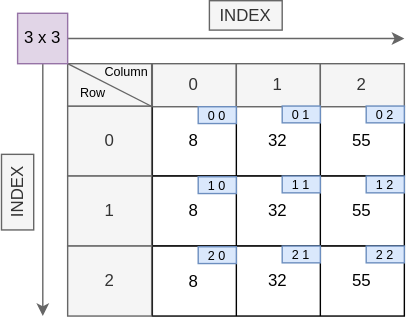
Earlier version of the draw.io export images/arrays/array2D.svg (DeekshaPhaneendraReddyUmmadi/Data-Structures-And-Algorithms). Source tidied: cells renumbered, new cells last; positions are measured from the earlier drawing's top-left corner, leaving out a move shared by most shapes.
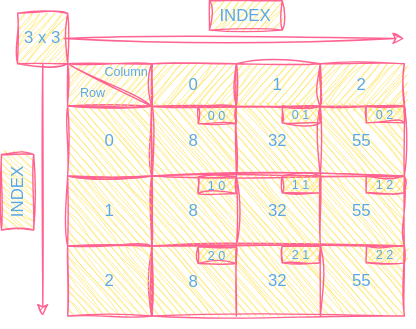
Above is the later version.

Diff of the diagram source:
```diff
@@ -2,172 +2,172 @@
   <root>
     <mxCell id="0" />
     <mxCell id="1" parent="0" />
-    <mxCell id="2" value="INDEX" style="text;html=1;align=center;verticalAlign=middle;whiteSpace=wrap;rounded=0;fillColor=#f5f5f5;fontColor=#333333;strokeColor=#666666;" parent="1" vertex="1">
+    <mxCell id="2" value="INDEX" style="text;html=1;align=center;verticalAlign=middle;whiteSpace=wrap;rounded=0;fillColor=#FFE45E;fontColor=#5AA9E6;strokeColor=#FF6392;sketch=1;curveFitting=1;jiggle=2;shadow=0;labelBackgroundColor=none;" parent="1" vertex="1">
       <mxGeometry x="164" width="52" height="21" as="geometry" />
     </mxCell>
-    <mxCell id="3" style="rounded=0;whiteSpace=wrap;html=1;flipV=1;" parent="1" vertex="1">
+    <mxCell id="3" style="rounded=0;whiteSpace=wrap;html=1;flipV=1;sketch=1;curveFitting=1;jiggle=2;shadow=0;labelBackgroundColor=none;fillColor=#FFE45E;strokeColor=#FF6392;fontColor=#5AA9E6;" parent="1" vertex="1">
       <mxGeometry x="123.2" y="75.2" width="180" height="50" as="geometry" />
     </mxCell>
-    <mxCell id="4" style="endArrow=none;html=1;rounded=0;" parent="1" edge="1">
+    <mxCell id="4" style="endArrow=none;html=1;rounded=0;sketch=1;curveFitting=1;jiggle=2;shadow=0;labelBackgroundColor=none;strokeColor=#FF6392;fontColor=default;" parent="1" edge="1">
       <mxGeometry relative="1" as="geometry">
         <mxPoint x="183.2" y="75.2" as="sourcePoint" />
         <mxPoint x="183.2" y="125.2" as="targetPoint" />
       </mxGeometry>
     </mxCell>
-    <mxCell id="5" style="endArrow=none;html=1;rounded=0;" parent="1" edge="1">
+    <mxCell id="5" style="endArrow=none;html=1;rounded=0;sketch=1;curveFitting=1;jiggle=2;shadow=0;labelBackgroundColor=none;strokeColor=#FF6392;fontColor=default;" parent="1" edge="1">
       <mxGeometry relative="1" as="geometry">
         <mxPoint x="243.2" y="75.2" as="sourcePoint" />
         <mxPoint x="243.2" y="125.2" as="targetPoint" />
       </mxGeometry>
     </mxCell>
-    <mxCell id="6" value="8" style="text;html=1;align=center;verticalAlign=middle;whiteSpace=wrap;rounded=0;flipV=1;" parent="1" vertex="1">
+    <mxCell id="6" value="8" style="text;html=1;align=center;verticalAlign=middle;whiteSpace=wrap;rounded=0;flipV=1;sketch=1;curveFitting=1;jiggle=2;shadow=0;labelBackgroundColor=none;fontColor=#5AA9E6;" parent="1" vertex="1">
       <mxGeometry x="123.2" y="75.2" width="60" height="50" as="geometry" />
     </mxCell>
-    <mxCell id="7" value="32" style="text;html=1;align=center;verticalAlign=middle;whiteSpace=wrap;rounded=0;flipV=1;" parent="1" vertex="1">
+    <mxCell id="7" value="32" style="text;html=1;align=center;verticalAlign=middle;whiteSpace=wrap;rounded=0;flipV=1;sketch=1;curveFitting=1;jiggle=2;shadow=0;labelBackgroundColor=none;fontColor=#5AA9E6;" parent="1" vertex="1">
       <mxGeometry x="183.2" y="75.2" width="60" height="50" as="geometry" />
     </mxCell>
-    <mxCell id="8" value="55" style="text;html=1;align=center;verticalAlign=middle;whiteSpace=wrap;rounded=0;flipV=1;" parent="1" vertex="1">
+    <mxCell id="8" value="55" style="text;html=1;align=center;verticalAlign=middle;whiteSpace=wrap;rounded=0;flipV=1;sketch=1;curveFitting=1;jiggle=2;shadow=0;labelBackgroundColor=none;fontColor=#5AA9E6;" parent="1" vertex="1">
       <mxGeometry x="243.2" y="75.2" width="60" height="50" as="geometry" />
     </mxCell>
-    <mxCell id="9" value="0" style="text;html=1;align=center;verticalAlign=middle;whiteSpace=wrap;rounded=0;fillColor=#f5f5f5;strokeColor=#666666;fontColor=#333333;" parent="1" vertex="1">
+    <mxCell id="9" value="0" style="text;html=1;align=center;verticalAlign=middle;whiteSpace=wrap;rounded=0;fillColor=#FFE45E;strokeColor=#FF6392;fontColor=#5AA9E6;sketch=1;curveFitting=1;jiggle=2;shadow=0;labelBackgroundColor=none;" parent="1" vertex="1">
       <mxGeometry x="123.2" y="45" width="60" height="30.8" as="geometry" />
     </mxCell>
-    <mxCell id="10" value="1" style="text;html=1;align=center;verticalAlign=middle;whiteSpace=wrap;rounded=0;fillColor=#f5f5f5;strokeColor=#666666;fontColor=#333333;" parent="1" vertex="1">
+    <mxCell id="10" value="1" style="text;html=1;align=center;verticalAlign=middle;whiteSpace=wrap;rounded=0;fillColor=#FFE45E;strokeColor=#FF6392;fontColor=#5AA9E6;sketch=1;curveFitting=1;jiggle=2;shadow=0;labelBackgroundColor=none;" parent="1" vertex="1">
       <mxGeometry x="183.2" y="45" width="60" height="30.8" as="geometry" />
     </mxCell>
-    <mxCell id="11" value="2" style="text;html=1;align=center;verticalAlign=middle;whiteSpace=wrap;rounded=0;fillColor=#f5f5f5;strokeColor=#666666;fontColor=#333333;" parent="1" vertex="1">
+    <mxCell id="11" value="2" style="text;html=1;align=center;verticalAlign=middle;whiteSpace=wrap;rounded=0;fillColor=#FFE45E;strokeColor=#FF6392;fontColor=#5AA9E6;sketch=1;curveFitting=1;jiggle=2;shadow=0;labelBackgroundColor=none;" parent="1" vertex="1">
       <mxGeometry x="243.2" y="45" width="60" height="30.8" as="geometry" />
     </mxCell>
-    <mxCell id="12" style="rounded=0;whiteSpace=wrap;html=1;flipV=1;" parent="1" vertex="1">
+    <mxCell id="12" style="rounded=0;whiteSpace=wrap;html=1;flipV=1;sketch=1;curveFitting=1;jiggle=2;shadow=0;labelBackgroundColor=none;fillColor=#FFE45E;strokeColor=#FF6392;fontColor=#5AA9E6;" parent="1" vertex="1">
       <mxGeometry x="123.2" y="125.2" width="180" height="50" as="geometry" />
     </mxCell>
-    <mxCell id="13" style="endArrow=none;html=1;rounded=0;" parent="1" edge="1">
+    <mxCell id="13" style="endArrow=none;html=1;rounded=0;sketch=1;curveFitting=1;jiggle=2;shadow=0;labelBackgroundColor=none;strokeColor=#FF6392;fontColor=default;" parent="1" edge="1">
       <mxGeometry relative="1" as="geometry">
         <mxPoint x="183.2" y="125.2" as="sourcePoint" />
         <mxPoint x="183.2" y="175.2" as="targetPoint" />
       </mxGeometry>
     </mxCell>
-    <mxCell id="14" style="endArrow=none;html=1;rounded=0;" parent="1" edge="1">
+    <mxCell id="14" style="endArrow=none;html=1;rounded=0;sketch=1;curveFitting=1;jiggle=2;shadow=0;labelBackgroundColor=none;strokeColor=#FF6392;fontColor=default;" parent="1" edge="1">
       <mxGeometry relative="1" as="geometry">
         <mxPoint x="243.2" y="125.2" as="sourcePoint" />
         <mxPoint x="243.2" y="175.2" as="targetPoint" />
       </mxGeometry>
     </mxCell>
-    <mxCell id="15" value="8" style="text;html=1;align=center;verticalAlign=middle;whiteSpace=wrap;rounded=0;flipV=1;" parent="1" vertex="1">
+    <mxCell id="15" value="8" style="text;html=1;align=center;verticalAlign=middle;whiteSpace=wrap;rounded=0;flipV=1;sketch=1;curveFitting=1;jiggle=2;shadow=0;labelBackgroundColor=none;fontColor=#5AA9E6;" parent="1" vertex="1">
       <mxGeometry x="123.2" y="125.2" width="60" height="50" as="geometry" />
     </mxCell>
-    <mxCell id="16" value="32" style="text;html=1;align=center;verticalAlign=middle;whiteSpace=wrap;rounded=0;flipV=1;" parent="1" vertex="1">
+    <mxCell id="16" value="32" style="text;html=1;align=center;verticalAlign=middle;whiteSpace=wrap;rounded=0;flipV=1;sketch=1;curveFitting=1;jiggle=2;shadow=0;labelBackgroundColor=none;fontColor=#5AA9E6;" parent="1" vertex="1">
       <mxGeometry x="183.2" y="125.2" width="60" height="50" as="geometry" />
     </mxCell>
-    <mxCell id="17" value="55" style="text;html=1;align=center;verticalAlign=middle;whiteSpace=wrap;rounded=0;flipV=1;" parent="1" vertex="1">
+    <mxCell id="17" value="55" style="text;html=1;align=center;verticalAlign=middle;whiteSpace=wrap;rounded=0;flipV=1;sketch=1;curveFitting=1;jiggle=2;shadow=0;labelBackgroundColor=none;fontColor=#5AA9E6;" parent="1" vertex="1">
       <mxGeometry x="243.2" y="125.2" width="60" height="50" as="geometry" />
     </mxCell>
-    <mxCell id="18" style="rounded=0;whiteSpace=wrap;html=1;flipV=1;" parent="1" vertex="1">
+    <mxCell id="18" style="rounded=0;whiteSpace=wrap;html=1;flipV=1;sketch=1;curveFitting=1;jiggle=2;shadow=0;labelBackgroundColor=none;fillColor=#FFE45E;strokeColor=#FF6392;fontColor=#5AA9E6;" parent="1" vertex="1">
       <mxGeometry x="123.2" y="175.2" width="180" height="50" as="geometry" />
     </mxCell>
-    <mxCell id="19" style="endArrow=none;html=1;rounded=0;" parent="1" edge="1">
+    <mxCell id="19" style="endArrow=none;html=1;rounded=0;sketch=1;curveFitting=1;jiggle=2;shadow=0;labelBackgroundColor=none;strokeColor=#FF6392;fontColor=default;" parent="1" edge="1">
       <mxGeometry relative="1" as="geometry">
         <mxPoint x="183.2" y="175.2" as="sourcePoint" />
         <mxPoint x="183.2" y="225.2" as="targetPoint" />
       </mxGeometry>
     </mxCell>
-    <mxCell id="20" style="endArrow=none;html=1;rounded=0;" parent="1" edge="1">
+    <mxCell id="20" style="endArrow=none;html=1;rounded=0;sketch=1;curveFitting=1;jiggle=2;shadow=0;labelBackgroundColor=none;strokeColor=#FF6392;fontColor=default;" parent="1" edge="1">
       <mxGeometry relative="1" as="geometry">
         <mxPoint x="243.2" y="175.2" as="sourcePoint" />
         <mxPoint x="243.2" y="225.2" as="targetPoint" />
       </mxGeometry>
     </mxCell>
-    <mxCell id="21" value="8" style="text;html=1;align=center;verticalAlign=middle;whiteSpace=wrap;rounded=0;flipV=1;" parent="1" vertex="1">
+    <mxCell id="21" value="8" style="text;html=1;align=center;verticalAlign=middle;whiteSpace=wrap;rounded=0;flipV=1;sketch=1;curveFitting=1;jiggle=2;shadow=0;labelBackgroundColor=none;fontColor=#5AA9E6;" parent="1" vertex="1">
       <mxGeometry x="123.2" y="177.2" width="60" height="48" as="geometry" />
     </mxCell>
-    <mxCell id="22" value="32" style="text;html=1;align=center;verticalAlign=middle;whiteSpace=wrap;rounded=0;flipV=1;" parent="1" vertex="1">
+    <mxCell id="22" value="32" style="text;html=1;align=center;verticalAlign=middle;whiteSpace=wrap;rounded=0;flipV=1;sketch=1;curveFitting=1;jiggle=2;shadow=0;labelBackgroundColor=none;fontColor=#5AA9E6;" parent="1" vertex="1">
       <mxGeometry x="183.2" y="175.2" width="60" height="50" as="geometry" />
     </mxCell>
-    <mxCell id="23" value="55" style="text;html=1;align=center;verticalAlign=middle;whiteSpace=wrap;rounded=0;flipV=1;" parent="1" vertex="1">
+    <mxCell id="23" value="55" style="text;html=1;align=center;verticalAlign=middle;whiteSpace=wrap;rounded=0;flipV=1;sketch=1;curveFitting=1;jiggle=2;shadow=0;labelBackgroundColor=none;fontColor=#5AA9E6;" parent="1" vertex="1">
       <mxGeometry x="243.2" y="175.2" width="60" height="50" as="geometry" />
     </mxCell>
-    <mxCell id="24" style="endArrow=classic;html=1;rounded=0;fillColor=#f5f5f5;strokeColor=#666666;" parent="1" edge="1">
+    <mxCell id="24" style="endArrow=classic;html=1;rounded=0;fillColor=#FFE45E;strokeColor=#FF6392;sketch=1;curveFitting=1;jiggle=2;shadow=0;labelBackgroundColor=none;fontColor=default;" parent="1" edge="1">
       <mxGeometry relative="1" as="geometry">
         <mxPoint x="60" y="27" as="sourcePoint" />
         <mxPoint x="303.2" y="27" as="targetPoint" />
       </mxGeometry>
     </mxCell>
-    <mxCell id="25" value="INDEX" style="text;html=1;align=center;verticalAlign=middle;whiteSpace=wrap;rounded=0;fillColor=#f5f5f5;fontColor=#333333;strokeColor=#666666;rotation=-90;" parent="1" vertex="1">
+    <mxCell id="25" value="INDEX" style="text;html=1;align=center;verticalAlign=middle;whiteSpace=wrap;rounded=0;fillColor=#FFE45E;fontColor=#5AA9E6;strokeColor=#FF6392;rotation=-90;sketch=1;curveFitting=1;jiggle=2;shadow=0;labelBackgroundColor=none;" parent="1" vertex="1">
       <mxGeometry y="125.2" width="54" height="23" as="geometry" />
     </mxCell>
-    <mxCell id="26" style="endArrow=classic;html=1;rounded=0;fillColor=#f5f5f5;strokeColor=#666666;" parent="1" edge="1">
+    <mxCell id="26" style="endArrow=classic;html=1;rounded=0;fillColor=#FFE45E;strokeColor=#FF6392;sketch=1;curveFitting=1;jiggle=2;shadow=0;labelBackgroundColor=none;fontColor=default;" parent="1" edge="1">
       <mxGeometry relative="1" as="geometry">
         <mxPoint x="45" y="45.2" as="sourcePoint" />
         <mxPoint x="45" y="225.2" as="targetPoint" />
       </mxGeometry>
     </mxCell>
-    <mxCell id="27" style="endArrow=none;html=1;rounded=0;" parent="1" edge="1">
+    <mxCell id="27" style="endArrow=none;html=1;rounded=0;sketch=1;curveFitting=1;jiggle=2;shadow=0;labelBackgroundColor=none;strokeColor=#FF6392;fontColor=default;" parent="1" edge="1">
       <mxGeometry relative="1" as="geometry">
         <mxPoint x="122.8" y="75.2" as="sourcePoint" />
         <mxPoint x="122.8" y="125.2" as="targetPoint" />
       </mxGeometry>
     </mxCell>
-    <mxCell id="28" value="0" style="text;html=1;align=center;verticalAlign=middle;whiteSpace=wrap;rounded=0;flipV=1;fillColor=#f5f5f5;fontColor=#333333;strokeColor=#666666;" parent="1" vertex="1">
+    <mxCell id="28" value="0" style="text;html=1;align=center;verticalAlign=middle;whiteSpace=wrap;rounded=0;flipV=1;fillColor=#FFE45E;fontColor=#5AA9E6;strokeColor=#FF6392;sketch=1;curveFitting=1;jiggle=2;shadow=0;labelBackgroundColor=none;" parent="1" vertex="1">
       <mxGeometry x="62.8" y="75.2" width="60" height="50" as="geometry" />
     </mxCell>
-    <mxCell id="29" style="endArrow=none;html=1;rounded=0;" parent="1" edge="1">
+    <mxCell id="29" style="endArrow=none;html=1;rounded=0;sketch=1;curveFitting=1;jiggle=2;shadow=0;labelBackgroundColor=none;strokeColor=#FF6392;fontColor=default;" parent="1" edge="1">
       <mxGeometry relative="1" as="geometry">
         <mxPoint x="122.8" y="125.2" as="sourcePoint" />
         <mxPoint x="122.8" y="175.2" as="targetPoint" />
       </mxGeometry>
     </mxCell>
-    <mxCell id="30" value="1" style="text;html=1;align=center;verticalAlign=middle;whiteSpace=wrap;rounded=0;flipV=1;fillColor=#f5f5f5;fontColor=#333333;strokeColor=#666666;" parent="1" vertex="1">
+    <mxCell id="30" value="1" style="text;html=1;align=center;verticalAlign=middle;whiteSpace=wrap;rounded=0;flipV=1;fillColor=#FFE45E;fontColor=#5AA9E6;strokeColor=#FF6392;sketch=1;curveFitting=1;jiggle=2;shadow=0;labelBackgroundColor=none;" parent="1" vertex="1">
       <mxGeometry x="62.8" y="125.2" width="60" height="50" as="geometry" />
     </mxCell>
-    <mxCell id="31" style="endArrow=none;html=1;rounded=0;" parent="1" edge="1">
+    <mxCell id="31" style="endArrow=none;html=1;rounded=0;sketch=1;curveFitting=1;jiggle=2;shadow=0;labelBackgroundColor=none;strokeColor=#FF6392;fontColor=default;" parent="1" edge="1">
       <mxGeometry relative="1" as="geometry">
         <mxPoint x="122.8" y="175.2" as="sourcePoint" />
         <mxPoint x="122.8" y="225.2" as="targetPoint" />
       </mxGeometry>
     </mxCell>
-    <mxCell id="32" value="2" style="text;html=1;align=center;verticalAlign=middle;whiteSpace=wrap;rounded=0;flipV=1;fillColor=#f5f5f5;fontColor=#333333;strokeColor=#666666;" parent="1" vertex="1">
+    <mxCell id="32" value="2" style="text;html=1;align=center;verticalAlign=middle;whiteSpace=wrap;rounded=0;flipV=1;fillColor=#FFE45E;fontColor=#5AA9E6;strokeColor=#FF6392;sketch=1;curveFitting=1;jiggle=2;shadow=0;labelBackgroundColor=none;" parent="1" vertex="1">
       <mxGeometry x="62.8" y="175.2" width="60" height="50" as="geometry" />
     </mxCell>
-    <mxCell id="33" style="text;html=1;align=center;verticalAlign=middle;whiteSpace=wrap;rounded=0;fillColor=#f5f5f5;strokeColor=#666666;fontColor=#333333;" parent="1" vertex="1">
+    <mxCell id="33" style="text;html=1;align=center;verticalAlign=middle;whiteSpace=wrap;rounded=0;fillColor=#FFE45E;strokeColor=#FF6392;fontColor=#5AA9E6;sketch=1;curveFitting=1;jiggle=2;shadow=0;labelBackgroundColor=none;" parent="1" vertex="1">
       <mxGeometry x="62.8" y="45" width="60" height="30.2" as="geometry" />
     </mxCell>
-    <mxCell id="34" style="endArrow=none;html=1;rounded=0;fillColor=#f5f5f5;strokeColor=#666666;entryX=0;entryY=1;entryDx=0;entryDy=0;exitX=0;exitY=0;exitDx=0;exitDy=0;" parent="1" edge="1" source="33" target="9">
+    <mxCell id="34" style="endArrow=none;html=1;rounded=0;fillColor=#FFE45E;strokeColor=#FF6392;entryX=0;entryY=1;entryDx=0;entryDy=0;exitX=0;exitY=0;exitDx=0;exitDy=0;sketch=1;curveFitting=1;jiggle=2;shadow=0;labelBackgroundColor=none;fontColor=default;" parent="1" edge="1" source="33" target="9">
       <mxGeometry relative="1" as="geometry" />
     </mxCell>
-    <mxCell id="35" value="&lt;div style=&quot;line-height: 50%;&quot;&gt;&lt;font style=&quot;font-size: 9px;&quot;&gt;Row&lt;/font&gt;&lt;span style=&quot;color: rgba(0, 0, 0, 0); font-family: monospace; text-align: start; text-wrap-mode: nowrap; line-height: 50%; font-size: 0px;&quot;&gt;%3CmxGraphModel%3E%3Croot%3E%3CmxCell%20id%3D%220%22%2F%3E%3CmxCell%20id%3D%221%22%20parent%3D%220%22%2F%3E%3CmxCell%20id%3D%222%22%20value%3D%220%22%20style%3D%22text%3Bhtml%3D1%3Balign%3Dcenter%3BverticalAlign%3Dmiddle%3BwhiteSpace%3Dwrap%3Brounded%3D0%3BfillColor%3D%23f5f5f5%3BstrokeColor%3D%23666666%3BfontColor%3D%23333333%3B%22%20vertex%3D%221%22%20parent%3D%221%22%3E%3CmxGeometry%20x%3D%22384.25%22%20y%3D%22288.75%22%20width%3D%2260%22%20height%3D%2230%22%20as%3D%22geometry%22%2F%3E%3C%2FmxCell%3E%3C%2Froot%3E%3C%2FmxGraphModel%3E&lt;/span&gt;&lt;/div&gt;" style="text;html=1;align=center;verticalAlign=middle;whiteSpace=wrap;rounded=0;strokeWidth=3;" parent="1" vertex="1">
+    <mxCell id="35" value="&lt;div style=&quot;line-height: 50%;&quot;&gt;&lt;font style=&quot;font-size: 9px;&quot;&gt;Row&lt;/font&gt;&lt;span style=&quot;color: rgba(0, 0, 0, 0); font-family: monospace; text-align: start; text-wrap-mode: nowrap; line-height: 50%; font-size: 0px;&quot;&gt;%3CmxGraphModel%3E%3Croot%3E%3CmxCell%20id%3D%220%22%2F%3E%3CmxCell%20id%3D%221%22%20parent%3D%220%22%2F%3E%3CmxCell%20id%3D%222%22%20value%3D%220%22%20style%3D%22text%3Bhtml%3D1%3Balign%3Dcenter%3BverticalAlign%3Dmiddle%3BwhiteSpace%3Dwrap%3Brounded%3D0%3BfillColor%3D%23f5f5f5%3BstrokeColor%3D%23666666%3BfontColor%3D%23333333%3B%22%20vertex%3D%221%22%20parent%3D%221%22%3E%3CmxGeometry%20x%3D%22384.25%22%20y%3D%22288.75%22%20width%3D%2260%22%20height%3D%2230%22%20as%3D%22geometry%22%2F%3E%3C%2FmxCell%3E%3C%2Froot%3E%3C%2FmxGraphModel%3E&lt;/span&gt;&lt;/div&gt;" style="text;html=1;align=center;verticalAlign=middle;whiteSpace=wrap;rounded=0;strokeWidth=3;sketch=1;curveFitting=1;jiggle=2;shadow=0;labelBackgroundColor=none;fontColor=#5AA9E6;" parent="1" vertex="1">
       <mxGeometry x="62.8" y="54" width="36" height="21.2" as="geometry" />
     </mxCell>
-    <mxCell id="36" value="&lt;font style=&quot;font-size: 9px;&quot;&gt;Column&lt;/font&gt;" style="text;html=1;align=center;verticalAlign=middle;whiteSpace=wrap;rounded=0;" parent="1" vertex="1">
+    <mxCell id="36" value="&lt;font style=&quot;font-size: 9px;&quot;&gt;Column&lt;/font&gt;" style="text;html=1;align=center;verticalAlign=middle;whiteSpace=wrap;rounded=0;sketch=1;curveFitting=1;jiggle=2;shadow=0;labelBackgroundColor=none;fontColor=#5AA9E6;" parent="1" vertex="1">
       <mxGeometry x="86.8" y="27" width="36" height="45" as="geometry" />
     </mxCell>
-    <mxCell id="37" value="&lt;font style=&quot;font-size: 9px;&quot;&gt;0 0&lt;/font&gt;" style="text;html=1;align=center;verticalAlign=middle;whiteSpace=wrap;rounded=0;fillColor=#dae8fc;strokeColor=#6c8ebf;" parent="1" vertex="1">
+    <mxCell id="37" value="&lt;font style=&quot;font-size: 9px;&quot;&gt;0 0&lt;/font&gt;" style="text;html=1;align=center;verticalAlign=middle;whiteSpace=wrap;rounded=0;fillColor=#FFE45E;strokeColor=#FF6392;sketch=1;curveFitting=1;jiggle=2;shadow=0;labelBackgroundColor=none;fontColor=#5AA9E6;" parent="1" vertex="1">
       <mxGeometry x="156" y="75.8" width="27.2" height="12" as="geometry" />
     </mxCell>
-    <mxCell id="38" value="&lt;font style=&quot;font-size: 9px;&quot;&gt;0 1&lt;/font&gt;" style="text;html=1;align=center;verticalAlign=middle;whiteSpace=wrap;rounded=0;fillColor=#dae8fc;strokeColor=#6c8ebf;" parent="1" vertex="1">
+    <mxCell id="38" value="&lt;font style=&quot;font-size: 9px;&quot;&gt;0 1&lt;/font&gt;" style="text;html=1;align=center;verticalAlign=middle;whiteSpace=wrap;rounded=0;fillColor=#FFE45E;strokeColor=#FF6392;sketch=1;curveFitting=1;jiggle=2;shadow=0;labelBackgroundColor=none;fontColor=#5AA9E6;" parent="1" vertex="1">
       <mxGeometry x="216" y="75.2" width="27.2" height="12" as="geometry" />
     </mxCell>
-    <mxCell id="39" value="&lt;font style=&quot;font-size: 9px;&quot;&gt;0 2&lt;/font&gt;" style="text;html=1;align=center;verticalAlign=middle;whiteSpace=wrap;rounded=0;fillColor=#dae8fc;strokeColor=#6c8ebf;" parent="1" vertex="1">
+    <mxCell id="39" value="&lt;font style=&quot;font-size: 9px;&quot;&gt;0 2&lt;/font&gt;" style="text;html=1;align=center;verticalAlign=middle;whiteSpace=wrap;rounded=0;fillColor=#FFE45E;strokeColor=#FF6392;sketch=1;curveFitting=1;jiggle=2;shadow=0;labelBackgroundColor=none;fontColor=#5AA9E6;" parent="1" vertex="1">
       <mxGeometry x="276" y="75.2" width="27.2" height="12" as="geometry" />
     </mxCell>
-    <mxCell id="40" value="&lt;font style=&quot;font-size: 9px;&quot;&gt;1 0&lt;/font&gt;" style="text;html=1;align=center;verticalAlign=middle;whiteSpace=wrap;rounded=0;fillColor=#dae8fc;strokeColor=#6c8ebf;" parent="1" vertex="1">
+    <mxCell id="40" value="&lt;font style=&quot;font-size: 9px;&quot;&gt;1 0&lt;/font&gt;" style="text;html=1;align=center;verticalAlign=middle;whiteSpace=wrap;rounded=0;fillColor=#FFE45E;strokeColor=#FF6392;sketch=1;curveFitting=1;jiggle=2;shadow=0;labelBackgroundColor=none;fontColor=#5AA9E6;" parent="1" vertex="1">
       <mxGeometry x="156" y="125.8" width="27.2" height="12" as="geometry" />
     </mxCell>
-    <mxCell id="41" value="&lt;font style=&quot;font-size: 9px;&quot;&gt;1 1&lt;/font&gt;" style="text;html=1;align=center;verticalAlign=middle;whiteSpace=wrap;rounded=0;fillColor=#dae8fc;strokeColor=#6c8ebf;" parent="1" vertex="1">
+    <mxCell id="41" value="&lt;font style=&quot;font-size: 9px;&quot;&gt;1 1&lt;/font&gt;" style="text;html=1;align=center;verticalAlign=middle;whiteSpace=wrap;rounded=0;fillColor=#FFE45E;strokeColor=#FF6392;sketch=1;curveFitting=1;jiggle=2;shadow=0;labelBackgroundColor=none;fontColor=#5AA9E6;" parent="1" vertex="1">
       <mxGeometry x="216" y="125.2" width="27.2" height="12" as="geometry" />
     </mxCell>
-    <mxCell id="42" value="&lt;font style=&quot;font-size: 9px;&quot;&gt;1 2&lt;/font&gt;" style="text;html=1;align=center;verticalAlign=middle;whiteSpace=wrap;rounded=0;fillColor=#dae8fc;strokeColor=#6c8ebf;" parent="1" vertex="1">
+    <mxCell id="42" value="&lt;font style=&quot;font-size: 9px;&quot;&gt;1 2&lt;/font&gt;" style="text;html=1;align=center;verticalAlign=middle;whiteSpace=wrap;rounded=0;fillColor=#FFE45E;strokeColor=#FF6392;sketch=1;curveFitting=1;jiggle=2;shadow=0;labelBackgroundColor=none;fontColor=#5AA9E6;" parent="1" vertex="1">
       <mxGeometry x="276" y="125.2" width="27.2" height="12" as="geometry" />
     </mxCell>
-    <mxCell id="43" value="&lt;font style=&quot;font-size: 9px;&quot;&gt;2 0&lt;/font&gt;" style="text;html=1;align=center;verticalAlign=middle;whiteSpace=wrap;rounded=0;fillColor=#dae8fc;strokeColor=#6c8ebf;" parent="1" vertex="1">
+    <mxCell id="43" value="&lt;font style=&quot;font-size: 9px;&quot;&gt;2 0&lt;/font&gt;" style="text;html=1;align=center;verticalAlign=middle;whiteSpace=wrap;rounded=0;fillColor=#FFE45E;strokeColor=#FF6392;sketch=1;curveFitting=1;jiggle=2;shadow=0;labelBackgroundColor=none;fontColor=#5AA9E6;" parent="1" vertex="1">
       <mxGeometry x="156" y="175.8" width="27.2" height="12" as="geometry" />
     </mxCell>
-    <mxCell id="44" value="&lt;font style=&quot;font-size: 9px;&quot;&gt;2 1&lt;/font&gt;" style="text;html=1;align=center;verticalAlign=middle;whiteSpace=wrap;rounded=0;fillColor=#dae8fc;strokeColor=#6c8ebf;" parent="1" vertex="1">
+    <mxCell id="44" value="&lt;font style=&quot;font-size: 9px;&quot;&gt;2 1&lt;/font&gt;" style="text;html=1;align=center;verticalAlign=middle;whiteSpace=wrap;rounded=0;fillColor=#FFE45E;strokeColor=#FF6392;sketch=1;curveFitting=1;jiggle=2;shadow=0;labelBackgroundColor=none;fontColor=#5AA9E6;" parent="1" vertex="1">
       <mxGeometry x="216" y="175.2" width="27.2" height="12" as="geometry" />
     </mxCell>
-    <mxCell id="45" value="&lt;font style=&quot;font-size: 9px;&quot;&gt;2 2&lt;/font&gt;" style="text;html=1;align=center;verticalAlign=middle;whiteSpace=wrap;rounded=0;fillColor=#dae8fc;strokeColor=#6c8ebf;" parent="1" vertex="1">
+    <mxCell id="45" value="&lt;font style=&quot;font-size: 9px;&quot;&gt;2 2&lt;/font&gt;" style="text;html=1;align=center;verticalAlign=middle;whiteSpace=wrap;rounded=0;fillColor=#FFE45E;strokeColor=#FF6392;sketch=1;curveFitting=1;jiggle=2;shadow=0;labelBackgroundColor=none;fontColor=#5AA9E6;" parent="1" vertex="1">
       <mxGeometry x="276" y="175.2" width="27.2" height="12" as="geometry" />
     </mxCell>
-    <mxCell id="46" value="3 x 3" style="rounded=0;whiteSpace=wrap;html=1;fillColor=#e1d5e7;strokeColor=#9673a6;" parent="1" vertex="1">
+    <mxCell id="46" value="3 x 3" style="rounded=0;whiteSpace=wrap;html=1;fillColor=#FFE45E;strokeColor=#FF6392;sketch=1;curveFitting=1;jiggle=2;shadow=0;labelBackgroundColor=none;fontColor=#5AA9E6;" parent="1" vertex="1">
       <mxGeometry x="27" y="9" width="35.8" height="36" as="geometry" />
     </mxCell>
   </root>
```
